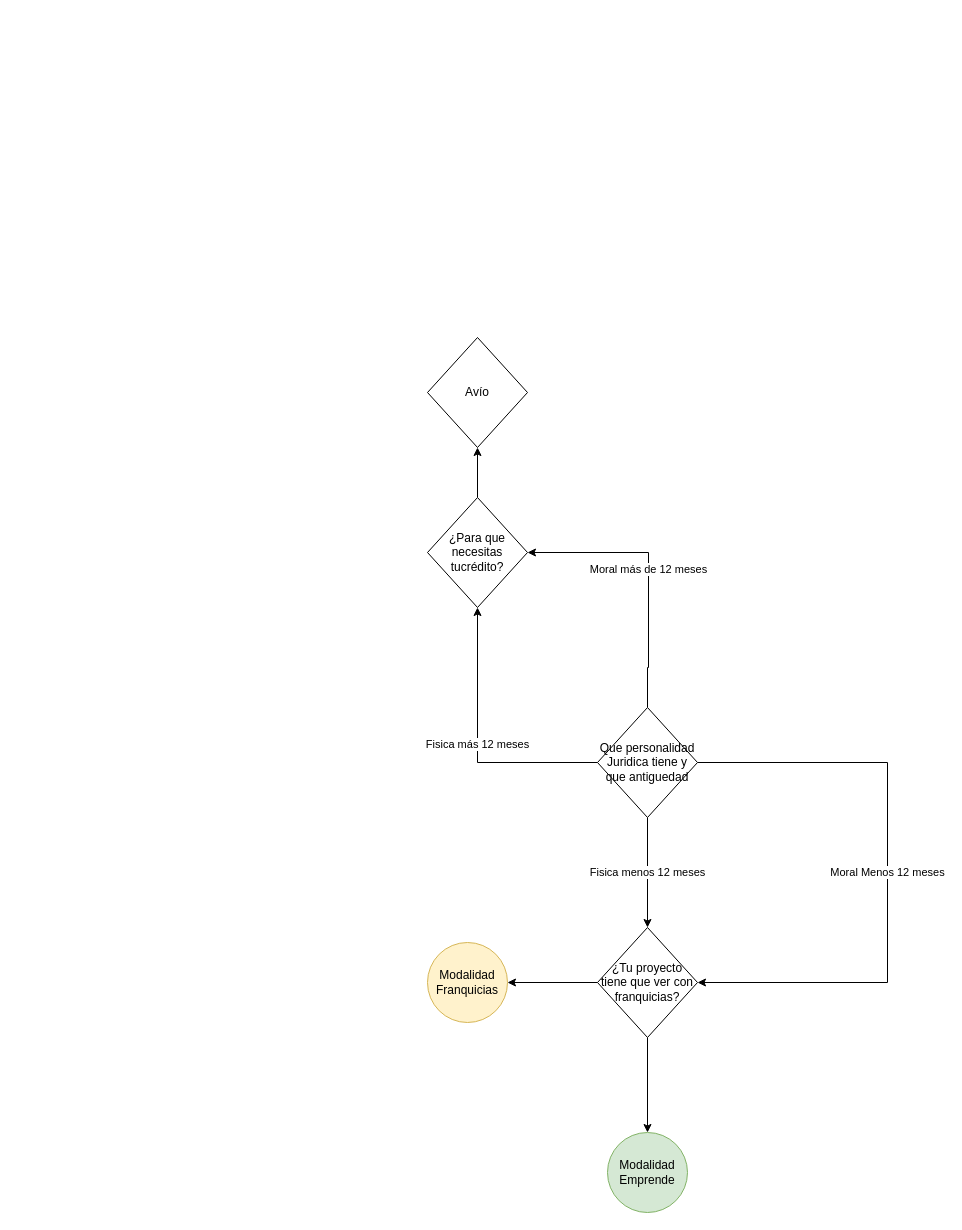
Before: Modalidad.drawio in FideapechSIDE/DiagramasDeFlujo, a draw.io diagram. Source tidied: cells renumbered, new cells numbered last; positions are measured from the earlier drawing's top-left corner, leaving out a move shared by most shapes. Both pictures are drawn from the tidied source at 100%, with x=0, y=0 at pixel (427, 337).
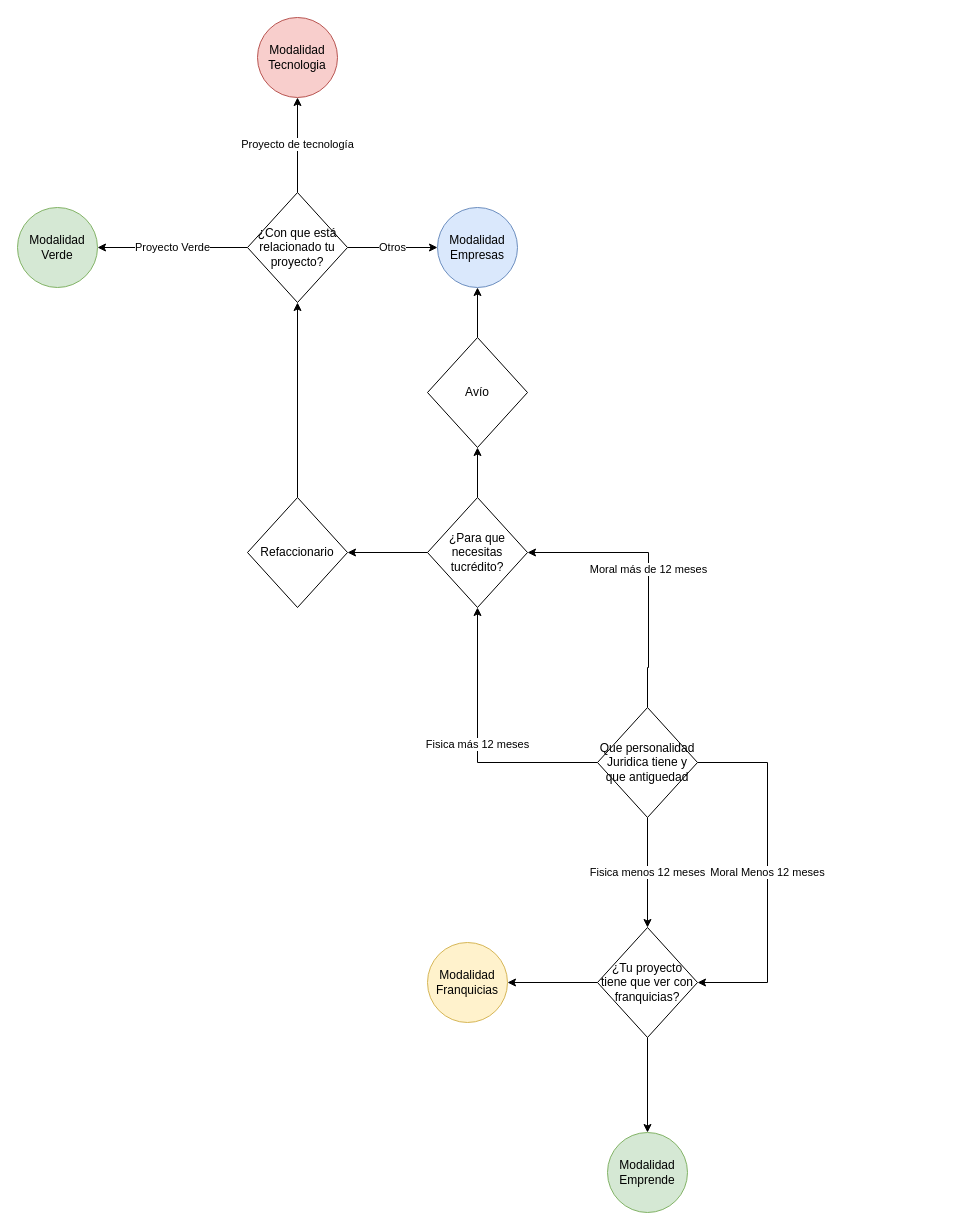
After the change.

The change refers to these unchanged cells:
```xml
<mxCell id="6" value="Que personalidad Juridica tiene y que antiguedad" style="rhombus;whiteSpace=wrap;html=1;" parent="1" vertex="1">
  <mxGeometry x="170" y="370" width="100" height="110" as="geometry" />
</mxCell>
<mxCell id="9" value="¿Tu proyecto tiene que ver con franquicias?" style="rhombus;whiteSpace=wrap;html=1;" parent="1" vertex="1">
  <mxGeometry x="170" y="590" width="100" height="110" as="geometry" />
</mxCell>
<mxCell id="11" value="¿Para que necesitas tucrédito?" style="rhombus;whiteSpace=wrap;html=1;" parent="1" vertex="1">
  <mxGeometry y="160" width="100" height="110" as="geometry" />
</mxCell>
<mxCell id="14" value="Avío" style="rhombus;whiteSpace=wrap;html=1;" parent="1" vertex="1">
  <mxGeometry width="100" height="110" as="geometry" />
</mxCell>
```

The edit, as a diff of the source:
```diff
@@
     <mxCell id="3" value="Moral Menos 12 meses" style="edgeStyle=orthogonalEdgeStyle;rounded=0;jettySize=auto;html=1;entryX=1;entryY=0.5;entryDx=0;entryDy=0;" parent="1" edge="1" source="6" target="9">
       <mxGeometry relative="1" as="geometry">
         <Array as="points">
-          <mxPoint x="460" y="425" />
-          <mxPoint x="460" y="645" />
+          <mxPoint x="340" y="425" />
+          <mxPoint x="340" y="645" />
         </Array>
       </mxGeometry>
     </mxCell>
@@
+    <mxCell id="15" style="edgeStyle=orthogonalEdgeStyle;rounded=0;jettySize=auto;html=1;" parent="1" edge="1" source="11" target="19">
+      <mxGeometry relative="1" as="geometry" />
+    </mxCell>
@@
+    <mxCell id="16" style="edgeStyle=orthogonalEdgeStyle;rounded=0;jettySize=auto;html=1;" parent="1" edge="1" source="14" target="17">
+      <mxGeometry relative="1" as="geometry" />
+    </mxCell>
@@
+    <mxCell id="17" value="Modalidad Empresas" style="ellipse;whiteSpace=wrap;html=1;fillColor=#dae8fc;strokeColor=#6c8ebf;" parent="1" vertex="1">
+      <mxGeometry x="10" y="-130" width="80" height="80" as="geometry" />
+    </mxCell>
+    <mxCell id="18" style="edgeStyle=orthogonalEdgeStyle;rounded=0;jettySize=auto;html=1;" parent="1" edge="1" source="19" target="23">
+      <mxGeometry relative="1" as="geometry" />
+    </mxCell>
+    <mxCell id="19" value="Refaccionario" style="rhombus;whiteSpace=wrap;html=1;" parent="1" vertex="1">
+      <mxGeometry x="-180" y="160" width="100" height="110" as="geometry" />
+    </mxCell>
+    <mxCell id="20" value="Otros" style="edgeStyle=orthogonalEdgeStyle;rounded=0;jettySize=auto;html=1;" parent="1" edge="1" source="23" target="17">
+      <mxGeometry relative="1" as="geometry" />
+    </mxCell>
+    <mxCell id="21" value="Proyecto de tecnología" style="edgeStyle=orthogonalEdgeStyle;rounded=0;jettySize=auto;html=1;" parent="1" edge="1" source="23" target="24">
+      <mxGeometry relative="1" as="geometry" />
+    </mxCell>
+    <mxCell id="22" value="Proyecto Verde" style="edgeStyle=orthogonalEdgeStyle;rounded=0;jettySize=auto;html=1;" parent="1" edge="1" source="23" target="25">
+      <mxGeometry relative="1" as="geometry" />
+    </mxCell>
+    <mxCell id="23" value="¿Con que está relacionado tu proyecto?" style="rhombus;whiteSpace=wrap;html=1;" parent="1" vertex="1">
+      <mxGeometry x="-180" y="-145" width="100" height="110" as="geometry" />
+    </mxCell>
+    <mxCell id="24" value="Modalidad Tecnologia" style="ellipse;whiteSpace=wrap;html=1;fillColor=#f8cecc;strokeColor=#b85450;" parent="1" vertex="1">
+      <mxGeometry x="-170" y="-320" width="80" height="80" as="geometry" />
+    </mxCell>
+    <mxCell id="25" value="Modalidad Verde" style="ellipse;whiteSpace=wrap;html=1;fillColor=#d5e8d4;strokeColor=#82b366;" parent="1" vertex="1">
+      <mxGeometry x="-410" y="-130" width="80" height="80" as="geometry" />
+    </mxCell>
```
